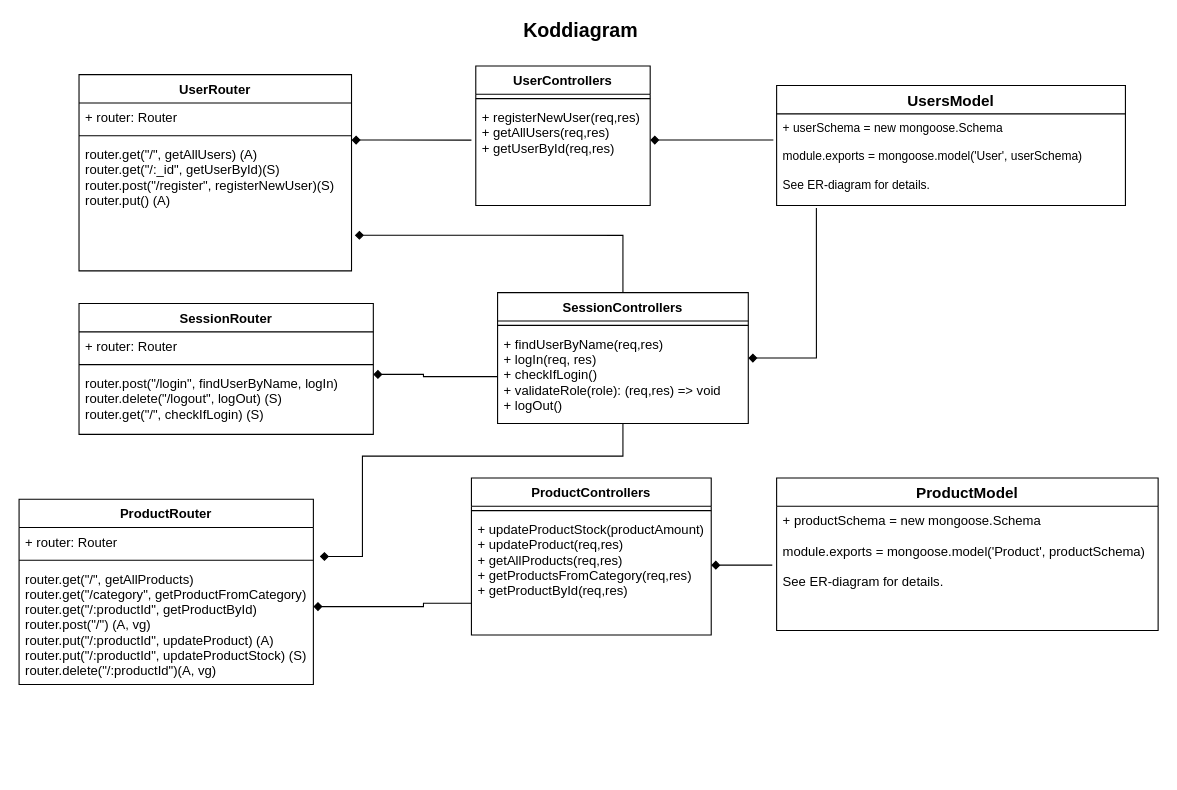
Condif/husinventarieapp keeps this draw.io diagram as misc/Untitled Diagram.drawio. Above is the earlier version. Source tidied: cells renumbered, new cells numbered last; positions are measured from the earlier drawing's top-left corner, leaving out a move shared by most shapes. Both pictures are drawn from the tidied source at 109%, with x=0, y=0 at pixel (19, 20).
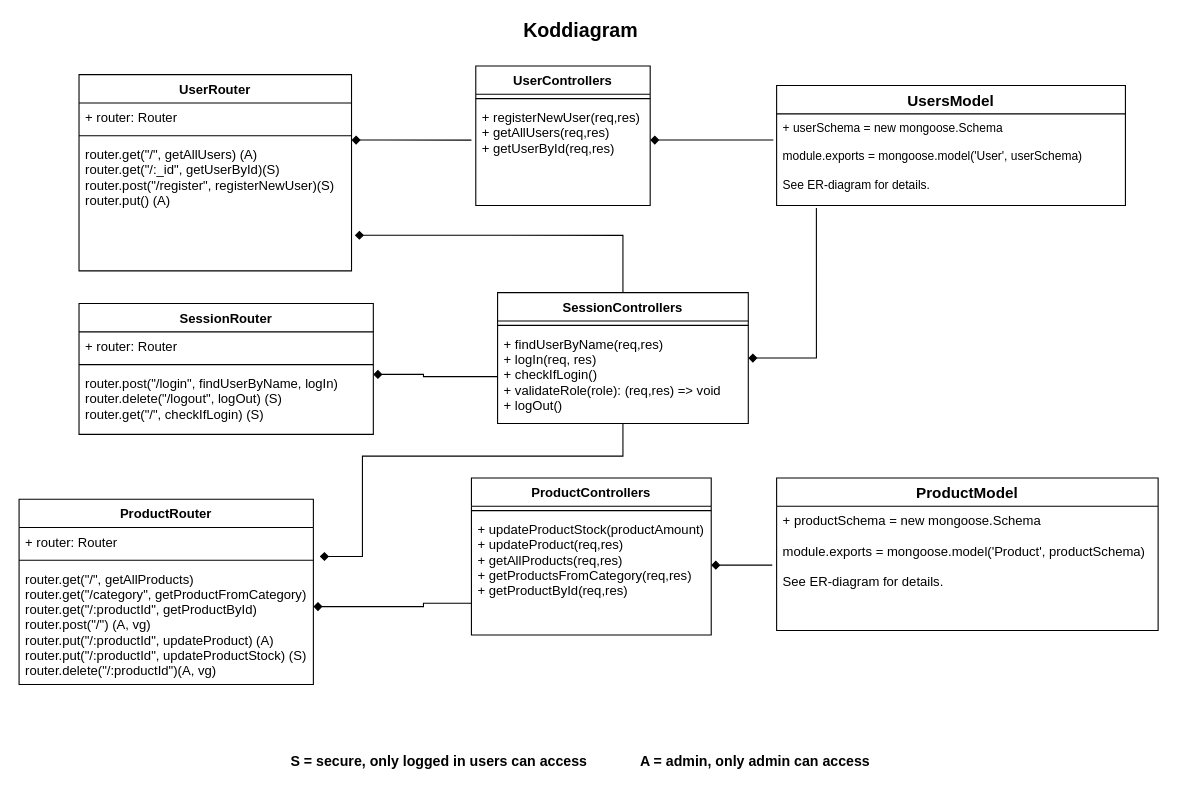
Above is the later version.

The edit, as a diff of the source:
```diff
@@
+    <mxCell id="36" value="S = secure, only logged in users can access" style="text;html=1;align=center;verticalAlign=middle;fontSize=13;fontStyle=1;" parent="1" vertex="1">
+      <mxGeometry x="240" y="670" width="290" height="20" as="geometry" />
+    </mxCell>
+    <mxCell id="37" value="A = admin, only admin can access" style="text;html=1;align=center;verticalAlign=middle;fontSize=13;fontStyle=1;" parent="1" vertex="1">
+      <mxGeometry x="560" y="670" width="230" height="20" as="geometry" />
+    </mxCell>
```
